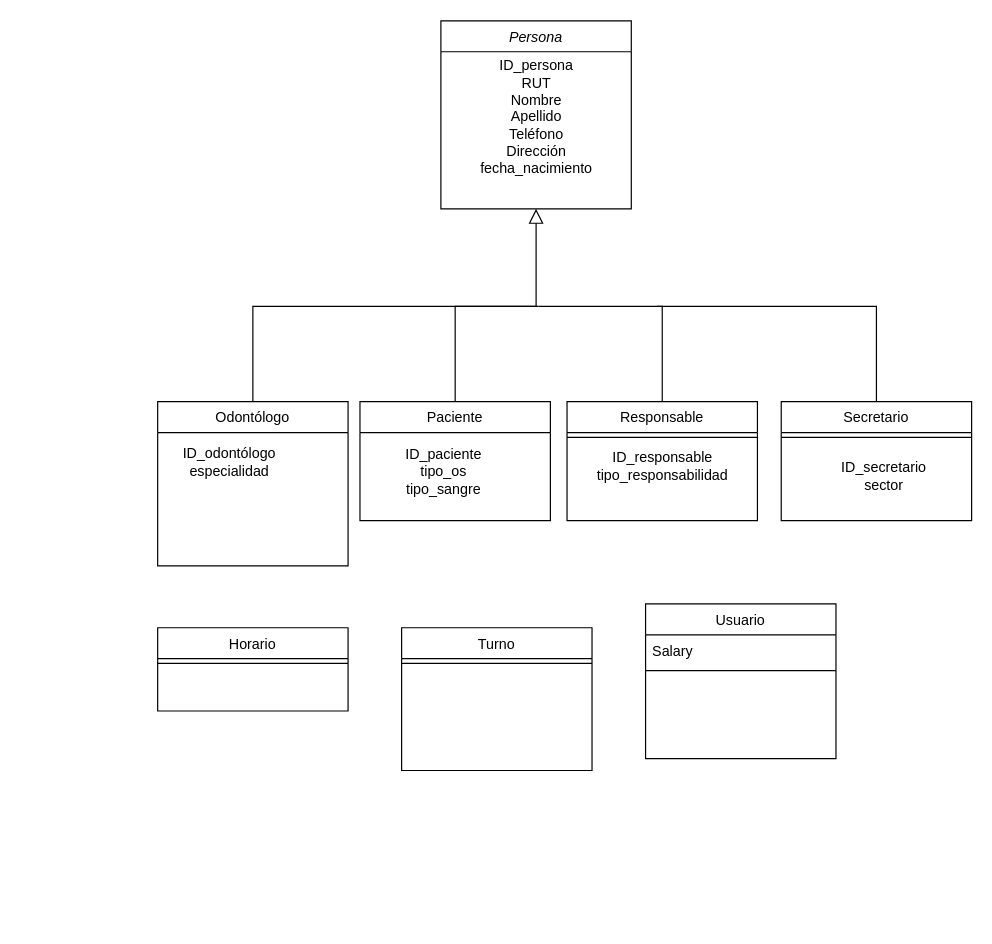
This is Diagrama sin título.drawio from RDLuisL/Odontology-Clinic, a draw.io file, before an edit. Source tidied: cells renumbered, new cells numbered last; positions are measured from the earlier drawing's top-left corner, leaving out a move shared by most shapes. Both pictures are drawn from the tidied source at 119%, with x=0, y=0 at pixel (157, 20).
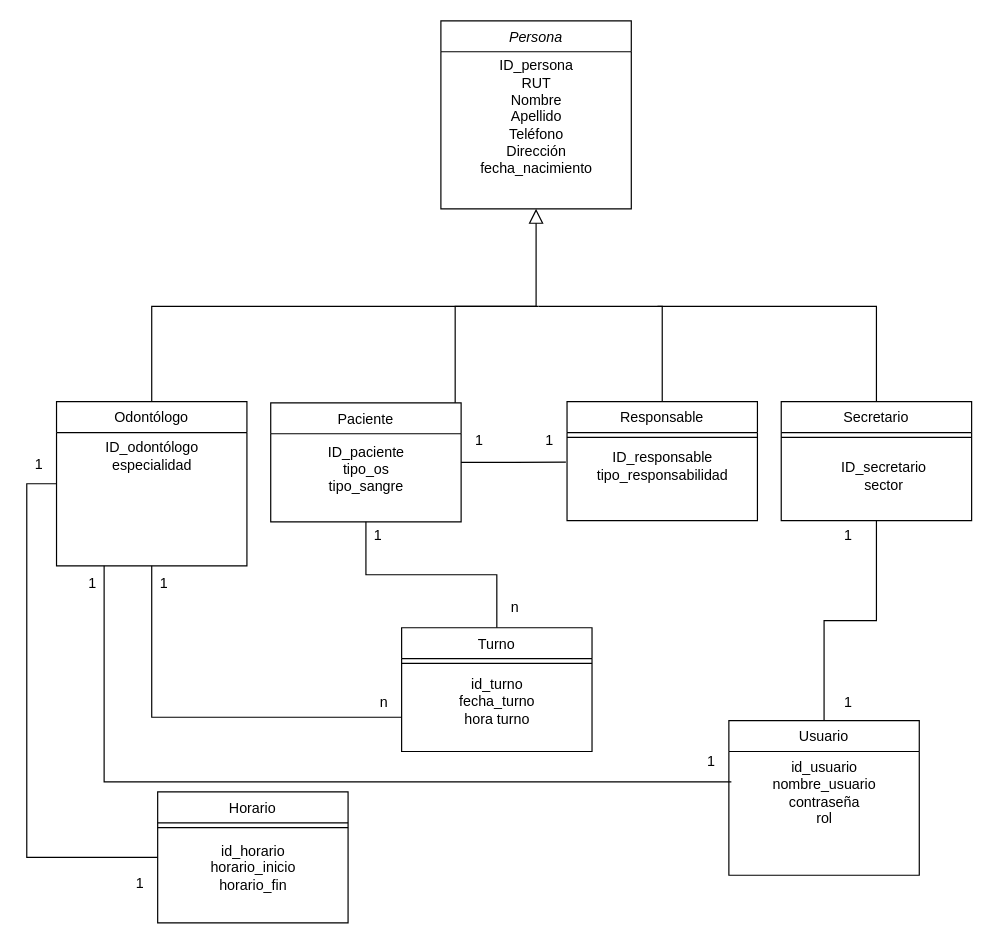
After the change.

Commit message:
Diagram Odontologic Clinic

Unchanged cells that the change refers to:
```xml
<mxCell id="11" value="ID_responsable&lt;div&gt;tipo_responsabilidad&lt;/div&gt;" style="text;html=1;align=center;verticalAlign=middle;points=[];strokeColor=none;fillColor=none;" parent="9" vertex="1">
  <mxGeometry y="34" width="160" height="40" as="geometry" />
</mxCell>
<mxCell id="13" value="Secretario" style="swimlane;fontStyle=0;align=center;verticalAlign=top;horizontal=1;startSize=26;rounded=0;shadow=0;strokeWidth=1;" parent="1" vertex="1">
  <mxGeometry x="524" y="320" width="160" height="100" as="geometry" />
</mxCell>
```

Diff of the diagram source:
```diff
@@
+    <mxCell id="25" style="edgeStyle=orthogonalEdgeStyle;rounded=0;jettySize=auto;html=1;exitX=0.25;exitY=1;exitDx=0;exitDy=0;endArrow=none;endFill=0;entryX=0.013;entryY=0.346;entryDx=0;entryDy=0;entryPerimeter=0;" parent="1" edge="1" source="4">
+      <mxGeometry relative="1" as="geometry">
+        <mxPoint x="482.1" y="639.6" as="targetPoint" />
+        <Array as="points">
+          <mxPoint x="-45" y="640" />
+        </Array>
+      </mxGeometry>
+    </mxCell>
+    <mxCell id="26" style="edgeStyle=orthogonalEdgeStyle;rounded=0;jettySize=auto;html=1;exitX=0;exitY=0.5;exitDx=0;exitDy=0;entryX=0;entryY=0.5;entryDx=0;entryDy=0;endArrow=none;endFill=0;" parent="1" edge="1" source="4" target="20">
+      <mxGeometry relative="1" as="geometry">
+        <Array as="points">
+          <mxPoint x="-110" y="389" />
+          <mxPoint x="-110" y="703" />
+        </Array>
+      </mxGeometry>
+    </mxCell>
     <mxCell id="4" value="Odontólogo" style="swimlane;fontStyle=0;align=center;verticalAlign=top;horizontal=1;startSize=26;rounded=0;shadow=0;strokeWidth=1;" parent="1" vertex="1">
-      <mxGeometry y="320" width="160" height="138" as="geometry" />
+      <mxGeometry x="-85" y="320" width="160" height="138" as="geometry" />
     </mxCell>
+    <mxCell id="22" value="&lt;div&gt;ID_odontólogo&lt;/div&gt;especialidad" style="text;html=1;align=center;verticalAlign=middle;strokeColor=none;fillColor=none;" parent="4" vertex="1">
+      <mxGeometry y="26" width="160" height="40" as="geometry" />
+    </mxCell>
@@
+    <mxCell id="27" style="edgeStyle=orthogonalEdgeStyle;rounded=0;jettySize=auto;html=1;exitX=0.5;exitY=1;exitDx=0;exitDy=0;entryX=0.5;entryY=0;entryDx=0;entryDy=0;endArrow=none;endFill=0;" parent="1" edge="1" source="6" target="15">
+      <mxGeometry relative="1" as="geometry" />
+    </mxCell>
     <mxCell id="6" value="Paciente" style="swimlane;fontStyle=0;align=center;verticalAlign=top;horizontal=1;startSize=26;rounded=0;shadow=0;strokeWidth=1;" parent="1" vertex="1">
-      <mxGeometry x="170" y="320" width="160" height="100" as="geometry" />
+      <mxGeometry x="95" y="321" width="160" height="100" as="geometry" />
     </mxCell>
+    <mxCell id="23" value="ID_paciente&lt;div&gt;tipo_os&lt;/div&gt;&lt;div&gt;tipo_sangre&lt;/div&gt;" style="text;html=1;align=center;verticalAlign=middle;strokeColor=none;fillColor=none;" parent="6" vertex="1">
+      <mxGeometry y="26" width="160" height="60" as="geometry" />
+    </mxCell>
@@
+    <mxCell id="28" style="edgeStyle=orthogonalEdgeStyle;rounded=0;jettySize=auto;html=1;exitX=0.5;exitY=1;exitDx=0;exitDy=0;entryX=0.5;entryY=0;entryDx=0;entryDy=0;endArrow=none;endFill=0;" parent="1" edge="1" source="13" target="17">
+      <mxGeometry relative="1" as="geometry" />
+    </mxCell>
@@
     <mxCell id="15" value="Turno" style="swimlane;fontStyle=0;align=center;verticalAlign=top;horizontal=1;startSize=26;rounded=0;shadow=0;strokeWidth=1;" parent="1" vertex="1">
-      <mxGeometry x="205" y="510" width="160" height="120" as="geometry" />
+      <mxGeometry x="205" y="510" width="160" height="104" as="geometry" />
     </mxCell>
@@
+    <mxCell id="29" value="id_turno&lt;div&gt;fecha_turno&lt;/div&gt;&lt;div&gt;hora turno&lt;/div&gt;&lt;div&gt;&lt;br&gt;&lt;/div&gt;" style="text;html=1;align=center;verticalAlign=middle;points=[];strokeColor=none;fillColor=none;" parent="15" vertex="1">
+      <mxGeometry y="34" width="160" height="70" as="geometry" />
+    </mxCell>
     <mxCell id="17" value="Usuario" style="swimlane;fontStyle=0;align=center;verticalAlign=top;horizontal=1;startSize=26;rounded=0;shadow=0;strokeWidth=1;" parent="1" vertex="1">
-      <mxGeometry x="410" y="490" width="160" height="130" as="geometry" />
+      <mxGeometry x="480" y="588" width="160" height="130" as="geometry" />
     </mxCell>
-    <mxCell id="18" value="Salary" style="text;align=left;verticalAlign=top;spacingLeft=4;spacingRight=4;overflow=hidden;" parent="17" vertex="1">
-      <mxGeometry y="26" width="160" height="26" as="geometry" />
-    </mxCell>
-    <mxCell id="19" style="line;html=1;strokeWidth=1;align=left;verticalAlign=middle;spacingTop=-1;spacingLeft=3;spacingRight=3;labelPosition=right;" parent="17" vertex="1">
-      <mxGeometry y="52" width="160" height="8" as="geometry" />
-    </mxCell>
+    <mxCell id="30" value="id_usuario&lt;div&gt;nombre_usuario&lt;/div&gt;&lt;div&gt;contraseña&lt;/div&gt;&lt;div&gt;rol&lt;/div&gt;" style="text;html=1;align=center;verticalAlign=middle;strokeColor=none;fillColor=none;" parent="17" vertex="1">
+      <mxGeometry y="26" width="160" height="70" as="geometry" />
+    </mxCell>
     <mxCell id="20" value="Horario" style="swimlane;fontStyle=0;align=center;verticalAlign=top;horizontal=1;startSize=26;rounded=0;shadow=0;strokeWidth=1;" parent="1" vertex="1">
-      <mxGeometry y="510" width="160" height="70" as="geometry" />
+      <mxGeometry y="648" width="160" height="110" as="geometry" />
     </mxCell>
@@
-    <mxCell id="22" value="&lt;div&gt;ID_odontólogo&lt;/div&gt;especialidad" style="text;html=1;align=center;verticalAlign=middle;strokeColor=none;fillColor=none;" parent="1" vertex="1">
-      <mxGeometry x="10" y="351" width="100" height="40" as="geometry" />
-    </mxCell>
-    <mxCell id="23" value="ID_paciente&lt;div&gt;tipo_os&lt;/div&gt;&lt;div&gt;tipo_sangre&lt;/div&gt;" style="text;html=1;align=center;verticalAlign=middle;strokeColor=none;fillColor=none;" parent="1" vertex="1">
-      <mxGeometry x="195" y="349" width="90" height="60" as="geometry" />
-    </mxCell>
+    <mxCell id="31" value="id_horario&lt;div&gt;horario_inicio&lt;/div&gt;&lt;div&gt;horario_fin&lt;/div&gt;" style="text;html=1;align=center;verticalAlign=middle;strokeColor=none;fillColor=none;" parent="20" vertex="1">
+      <mxGeometry y="34" width="160" height="60" as="geometry" />
+    </mxCell>
@@
+    <mxCell id="32" style="edgeStyle=orthogonalEdgeStyle;rounded=0;jettySize=auto;html=1;exitX=0.5;exitY=1;exitDx=0;exitDy=0;entryX=0.001;entryY=0.589;entryDx=0;entryDy=0;entryPerimeter=0;endArrow=none;endFill=0;" parent="1" edge="1" source="4" target="29">
+      <mxGeometry relative="1" as="geometry" />
+    </mxCell>
+    <mxCell id="33" value="1" style="text;html=1;align=center;verticalAlign=middle;strokeColor=none;fillColor=none;" parent="1" vertex="1">
+      <mxGeometry x="-10" y="458" width="30" height="30" as="geometry" />
+    </mxCell>
+    <mxCell id="34" value="n" style="text;html=1;align=center;verticalAlign=middle;strokeColor=none;fillColor=none;" parent="1" vertex="1">
+      <mxGeometry x="175" y="558" width="30" height="30" as="geometry" />
+    </mxCell>
+    <mxCell id="35" value="1" style="text;html=1;align=center;verticalAlign=middle;strokeColor=none;fillColor=none;" parent="1" vertex="1">
+      <mxGeometry x="170" y="418" width="30" height="30" as="geometry" />
+    </mxCell>
+    <mxCell id="36" value="n" style="text;html=1;align=center;verticalAlign=middle;strokeColor=none;fillColor=none;" parent="1" vertex="1">
+      <mxGeometry x="285" y="478" width="30" height="30" as="geometry" />
+    </mxCell>
+    <mxCell id="37" style="edgeStyle=orthogonalEdgeStyle;rounded=0;jettySize=auto;html=1;exitX=1;exitY=0.5;exitDx=0;exitDy=0;entryX=-0.006;entryY=0.42;entryDx=0;entryDy=0;entryPerimeter=0;endArrow=none;endFill=0;" parent="1" edge="1" source="6" target="11">
+      <mxGeometry relative="1" as="geometry" />
+    </mxCell>
+    <mxCell id="38" value="1" style="text;html=1;align=center;verticalAlign=middle;strokeColor=none;fillColor=none;" parent="1" vertex="1">
+      <mxGeometry x="255" y="338" width="30" height="30" as="geometry" />
+    </mxCell>
+    <mxCell id="39" value="1" style="text;html=1;align=center;verticalAlign=middle;strokeColor=none;fillColor=none;" parent="1" vertex="1">
+      <mxGeometry x="314" y="338" width="30" height="30" as="geometry" />
+    </mxCell>
+    <mxCell id="40" value="1" style="text;html=1;align=center;verticalAlign=middle;strokeColor=none;fillColor=none;" parent="1" vertex="1">
+      <mxGeometry x="-70" y="458" width="30" height="30" as="geometry" />
+    </mxCell>
+    <mxCell id="41" value="1" style="text;html=1;align=center;verticalAlign=middle;strokeColor=none;fillColor=none;" parent="1" vertex="1">
+      <mxGeometry x="450" y="608" width="30" height="30" as="geometry" />
+    </mxCell>
+    <mxCell id="42" value="1" style="text;html=1;align=center;verticalAlign=middle;strokeColor=none;fillColor=none;" parent="1" vertex="1">
+      <mxGeometry x="565" y="418" width="30" height="30" as="geometry" />
+    </mxCell>
+    <mxCell id="43" value="1" style="text;html=1;align=center;verticalAlign=middle;strokeColor=none;fillColor=none;" parent="1" vertex="1">
+      <mxGeometry x="565" y="558" width="30" height="30" as="geometry" />
+    </mxCell>
+    <mxCell id="44" value="1" style="text;html=1;align=center;verticalAlign=middle;strokeColor=none;fillColor=none;" parent="1" vertex="1">
+      <mxGeometry x="-115" y="358" width="30" height="30" as="geometry" />
+    </mxCell>
+    <mxCell id="45" value="1" style="text;html=1;align=center;verticalAlign=middle;strokeColor=none;fillColor=none;" parent="1" vertex="1">
+      <mxGeometry x="-30" y="710" width="30" height="30" as="geometry" />
+    </mxCell>
```
